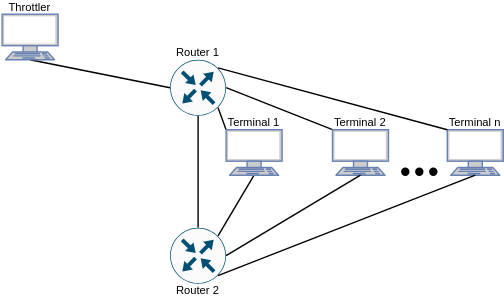
Before: images/TAR-multi-scheme.drawio.svg, a diagram exported from draw.io (luismdsleite/QoS-Scheduling-Test). Source tidied: cells renumbered, new cells last; positions are measured from the earlier drawing's top-left corner, leaving out a move shared by most shapes.
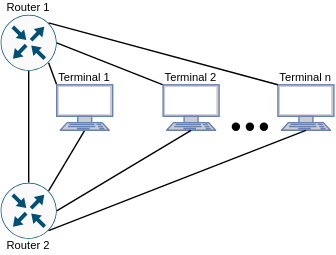
After the change.

Commit message:
Remove throttler from scheme

The edit, as a diff of the source:
```diff
@@ -5,9 +5,6 @@
     <mxCell id="2" style="endArrow=none;html=1;rounded=0;exitX=0.855;exitY=0.8555;exitDx=0;exitDy=0;entryX=0;entryY=0;entryDx=0;entryDy=0;entryPerimeter=0;exitPerimeter=0;" parent="1" edge="1" source="8" target="11">
       <mxGeometry relative="1" as="geometry" />
     </mxCell>
-    <mxCell id="3" style="endArrow=none;html=1;rounded=0;exitX=0;exitY=0.5;exitDx=0;exitDy=0;entryX=0.5;entryY=1;entryDx=0;entryDy=0;entryPerimeter=0;exitPerimeter=0;" parent="1" edge="1" source="8" target="10">
-      <mxGeometry relative="1" as="geometry" />
-    </mxCell>
     <mxCell id="4" style="endArrow=none;html=1;rounded=0;exitX=0.5;exitY=1;exitDx=0;exitDy=0;exitPerimeter=0;entryX=0.5;entryY=0;entryDx=0;entryDy=0;entryPerimeter=0;" parent="1" edge="1" source="8" target="9">
       <mxGeometry relative="1" as="geometry" />
     </mxCell>
@@ -17,18 +14,12 @@
     <mxCell id="6" value="Terminal 1" style="text;html=1;strokeColor=none;fillColor=none;align=center;verticalAlign=middle;whiteSpace=wrap;rounded=0;fontSize=8;" parent="1" vertex="1">
       <mxGeometry x="160" y="82" width="40" height="10" as="geometry" />
     </mxCell>
-    <mxCell id="7" value="Throttler" style="text;html=1;strokeColor=none;fillColor=none;align=center;verticalAlign=middle;whiteSpace=wrap;rounded=0;fontSize=8;" parent="1" vertex="1">
-      <mxGeometry y="-0.5" width="40" height="10" as="geometry" />
-    </mxCell>
     <mxCell id="8" style="sketch=0;points=[[0.5,0,0],[1,0.5,0],[0.5,1,0],[0,0.5,0],[0.145,0.145,0],[0.8555,0.145,0],[0.855,0.8555,0],[0.145,0.855,0]];verticalLabelPosition=bottom;html=1;verticalAlign=top;align=center;shape=mxgraph.cisco19.rect;prIcon=router;fillColor=#FAFAFA;strokeColor=#005073;" parent="1" vertex="1">
       <mxGeometry x="120" y="42" width="40" height="40" as="geometry" />
     </mxCell>
     <mxCell id="9" style="sketch=0;points=[[0.5,0,0],[1,0.5,0],[0.5,1,0],[0,0.5,0],[0.145,0.145,0],[0.8555,0.145,0],[0.855,0.8555,0],[0.145,0.855,0]];verticalLabelPosition=bottom;html=1;verticalAlign=top;align=center;shape=mxgraph.cisco19.rect;prIcon=router;fillColor=#FAFAFA;strokeColor=#005073;" parent="1" vertex="1">
       <mxGeometry x="120" y="162" width="40" height="40" as="geometry" />
     </mxCell>
-    <mxCell id="10" style="fontColor=#0066CC;verticalAlign=top;verticalLabelPosition=bottom;labelPosition=center;align=center;html=1;outlineConnect=0;fillColor=#CCCCCC;strokeColor=#6881B3;gradientColor=none;gradientDirection=north;strokeWidth=2;shape=mxgraph.networks.terminal;" parent="1" vertex="1">
-      <mxGeometry y="9.5" width="40" height="32.5" as="geometry" />
-    </mxCell>
     <mxCell id="11" style="fontColor=#0066CC;verticalAlign=top;verticalLabelPosition=bottom;labelPosition=center;align=center;html=1;outlineConnect=0;fillColor=#CCCCCC;strokeColor=#6881B3;gradientColor=none;gradientDirection=north;strokeWidth=2;shape=mxgraph.networks.terminal;" parent="1" vertex="1">
       <mxGeometry x="160" y="92" width="40" height="32.5" as="geometry" />
     </mxCell>
```
